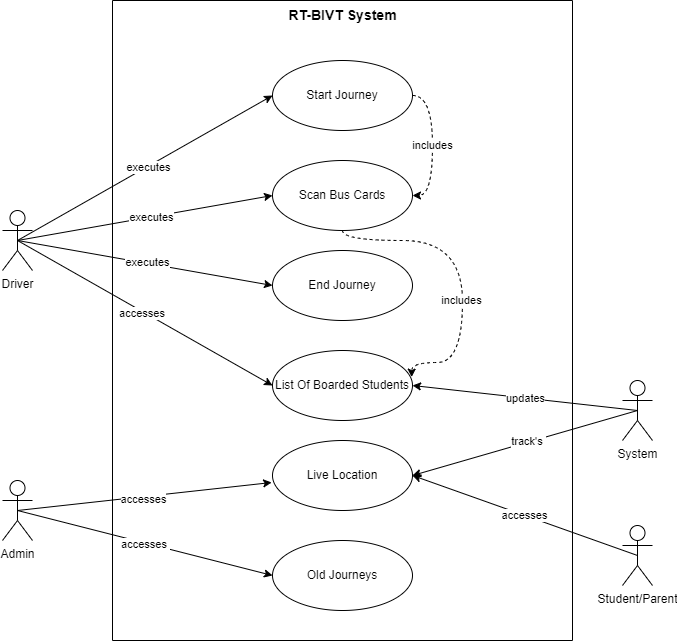
Abubakar-doc/FYP-24-SE-A-204 keeps this draw.io diagram as Project Real-Time Bus ID Verification and Tracking/DOCUMENTATION/UseCaseDiagrams/JourneyManagement.drawio.png. Above is the earlier version. Source tidied: cells renumbered, new cells last; positions are measured from the earlier drawing's top-left corner, leaving out a move shared by most shapes. Its diagram source:
```xml
<mxGraphModel>
  <root>
    <mxCell id="0" />
    <mxCell id="1" parent="0" />
    <mxCell id="2" style="swimlane;startSize=0;" parent="1" vertex="1">
      <mxGeometry x="110" width="460" height="640" as="geometry" />
    </mxCell>
    <mxCell id="3" value="includes" style="edgeStyle=orthogonalEdgeStyle;rounded=0;jettySize=auto;html=1;exitX=1;exitY=0.5;exitDx=0;exitDy=0;entryX=1;entryY=0.5;entryDx=0;entryDy=0;dashed=1;curved=1;" parent="2" edge="1" source="4" target="9">
      <mxGeometry relative="1" as="geometry" />
    </mxCell>
    <mxCell id="4" value="Start Journey" style="ellipse;whiteSpace=wrap;html=1;fillColor=none;" parent="2" vertex="1">
      <mxGeometry x="160" y="60" width="140" height="70" as="geometry" />
    </mxCell>
    <mxCell id="5" value="End Journey" style="ellipse;whiteSpace=wrap;html=1;fillColor=none;" parent="2" vertex="1">
      <mxGeometry x="160" y="250" width="140" height="70" as="geometry" />
    </mxCell>
    <mxCell id="6" value="RT-BIVT System" style="text;html=1;align=center;verticalAlign=middle;strokeColor=none;fillColor=none;fontStyle=1;fontSize=14;" parent="2" vertex="1">
      <mxGeometry x="165" width="130" height="30" as="geometry" />
    </mxCell>
    <mxCell id="7" value="List Of Boarded Students" style="ellipse;whiteSpace=wrap;html=1;fillColor=none;" parent="2" vertex="1">
      <mxGeometry x="160" y="350" width="140" height="70" as="geometry" />
    </mxCell>
    <mxCell id="8" value="Old Journeys" style="ellipse;whiteSpace=wrap;html=1;fillColor=none;" parent="2" vertex="1">
      <mxGeometry x="160" y="540" width="140" height="70" as="geometry" />
    </mxCell>
    <mxCell id="9" value="Scan Bus Cards" style="ellipse;whiteSpace=wrap;html=1;fillColor=none;" parent="2" vertex="1">
      <mxGeometry x="160" y="160" width="140" height="70" as="geometry" />
    </mxCell>
    <mxCell id="10" value="Live Location" style="ellipse;whiteSpace=wrap;html=1;fillColor=none;" parent="2" vertex="1">
      <mxGeometry x="160" y="440" width="140" height="70" as="geometry" />
    </mxCell>
    <mxCell id="11" style="edgeStyle=orthogonalEdgeStyle;rounded=0;jettySize=auto;html=1;exitX=0.5;exitY=1;exitDx=0;exitDy=0;entryX=0.994;entryY=0.38;entryDx=0;entryDy=0;entryPerimeter=0;curved=1;dashed=1;" parent="2" edge="1" source="9" target="7">
      <mxGeometry relative="1" as="geometry">
        <Array as="points">
          <mxPoint x="230" y="240" />
          <mxPoint x="350" y="240" />
          <mxPoint x="350" y="362" />
          <mxPoint x="299" y="362" />
        </Array>
      </mxGeometry>
    </mxCell>
    <mxCell id="12" value="includes" style="edgeLabel;html=1;align=center;verticalAlign=middle;" parent="11" vertex="1">
      <mxGeometry x="0.19" y="-2" relative="1" as="geometry" />
    </mxCell>
    <mxCell id="13" style="rounded=0;jettySize=auto;html=1;exitX=0.5;exitY=0.5;exitDx=0;exitDy=0;exitPerimeter=0;entryX=0;entryY=0.5;entryDx=0;entryDy=0;" parent="1" edge="1" source="21" target="4">
      <mxGeometry relative="1" as="geometry" />
    </mxCell>
    <mxCell id="14" value="executes" style="edgeLabel;html=1;align=center;verticalAlign=middle;" parent="13" vertex="1">
      <mxGeometry x="0.02" y="-1" relative="1" as="geometry" />
    </mxCell>
    <mxCell id="15" style="rounded=0;jettySize=auto;html=1;exitX=0.5;exitY=0.5;exitDx=0;exitDy=0;exitPerimeter=0;entryX=0;entryY=0.5;entryDx=0;entryDy=0;" parent="1" edge="1" source="21" target="5">
      <mxGeometry relative="1" as="geometry" />
    </mxCell>
    <mxCell id="16" value="executes" style="edgeLabel;html=1;align=center;verticalAlign=middle;" parent="15" vertex="1">
      <mxGeometry x="-0.03" y="3" relative="1" as="geometry">
        <mxPoint x="5" y="3" as="offset" />
      </mxGeometry>
    </mxCell>
    <mxCell id="17" style="rounded=0;jettySize=auto;html=1;exitX=0.5;exitY=0.5;exitDx=0;exitDy=0;exitPerimeter=0;entryX=0;entryY=0.5;entryDx=0;entryDy=0;" parent="1" edge="1" source="21" target="7">
      <mxGeometry relative="1" as="geometry" />
    </mxCell>
    <mxCell id="18" value="accesses&amp;nbsp;" style="edgeLabel;html=1;align=center;verticalAlign=middle;" parent="17" vertex="1">
      <mxGeometry x="-0.01" y="-1" relative="1" as="geometry" />
    </mxCell>
    <mxCell id="19" style="rounded=0;jettySize=auto;html=1;exitX=0.5;exitY=0.5;exitDx=0;exitDy=0;exitPerimeter=0;entryX=0;entryY=0.5;entryDx=0;entryDy=0;" parent="1" edge="1" source="21" target="9">
      <mxGeometry relative="1" as="geometry" />
    </mxCell>
    <mxCell id="20" value="executes" style="edgeLabel;html=1;align=center;verticalAlign=middle;" parent="19" vertex="1">
      <mxGeometry x="0.05" relative="1" as="geometry" />
    </mxCell>
    <mxCell id="21" value="Driver" style="shape=umlActor;verticalLabelPosition=bottom;verticalAlign=top;html=1;" parent="1" vertex="1">
      <mxGeometry y="210" width="30" height="60" as="geometry" />
    </mxCell>
    <mxCell id="22" value="Admin" style="shape=umlActor;verticalLabelPosition=bottom;verticalAlign=top;html=1;" parent="1" vertex="1">
      <mxGeometry y="480" width="30" height="60" as="geometry" />
    </mxCell>
    <mxCell id="23" style="rounded=0;jettySize=auto;html=1;exitX=0.5;exitY=0.5;exitDx=0;exitDy=0;exitPerimeter=0;entryX=-0.006;entryY=0.6;entryDx=0;entryDy=0;entryPerimeter=0;" parent="1" edge="1" source="22" target="10">
      <mxGeometry relative="1" as="geometry" />
    </mxCell>
    <mxCell id="24" value="accesses" style="edgeLabel;html=1;align=center;verticalAlign=middle;" parent="23" vertex="1">
      <mxGeometry x="-0.02" y="-2" relative="1" as="geometry" />
    </mxCell>
    <mxCell id="25" style="rounded=0;jettySize=auto;html=1;exitX=0.5;exitY=0.5;exitDx=0;exitDy=0;exitPerimeter=0;entryX=0;entryY=0.5;entryDx=0;entryDy=0;" parent="1" edge="1" source="22" target="8">
      <mxGeometry relative="1" as="geometry" />
    </mxCell>
    <mxCell id="26" value="accesses&amp;nbsp;" style="edgeLabel;html=1;align=center;verticalAlign=middle;" parent="25" vertex="1">
      <mxGeometry y="-1" relative="1" as="geometry" />
    </mxCell>
    <mxCell id="27" value="System" style="shape=umlActor;verticalLabelPosition=bottom;verticalAlign=top;html=1;" parent="1" vertex="1">
      <mxGeometry x="620" y="380" width="30" height="60" as="geometry" />
    </mxCell>
    <mxCell id="28" style="rounded=0;jettySize=auto;html=1;exitX=0.5;exitY=0.5;exitDx=0;exitDy=0;exitPerimeter=0;entryX=1;entryY=0.5;entryDx=0;entryDy=0;" parent="1" edge="1" source="27" target="10">
      <mxGeometry relative="1" as="geometry" />
    </mxCell>
    <mxCell id="29" value="track's&amp;nbsp;" style="edgeLabel;html=1;align=center;verticalAlign=middle;" parent="28" vertex="1">
      <mxGeometry x="-0.03" y="-1" relative="1" as="geometry" />
    </mxCell>
    <mxCell id="30" value="updates" style="rounded=0;jettySize=auto;html=1;exitX=0.5;exitY=0.5;exitDx=0;exitDy=0;exitPerimeter=0;entryX=1;entryY=0.5;entryDx=0;entryDy=0;" parent="1" edge="1" source="27" target="7">
      <mxGeometry relative="1" as="geometry" />
    </mxCell>
    <mxCell id="31" style="rounded=0;jettySize=auto;html=1;exitX=0.5;exitY=0.5;exitDx=0;exitDy=0;exitPerimeter=0;entryX=1;entryY=0.5;entryDx=0;entryDy=0;" parent="1" edge="1" source="33" target="10">
      <mxGeometry relative="1" as="geometry" />
    </mxCell>
    <mxCell id="32" value="accesses" style="edgeLabel;html=1;align=center;verticalAlign=middle;" parent="31" vertex="1">
      <mxGeometry x="0.01" relative="1" as="geometry" />
    </mxCell>
    <mxCell id="33" value="Student/Parent" style="shape=umlActor;verticalLabelPosition=bottom;verticalAlign=top;html=1;outlineConnect=0;" parent="1" vertex="1">
      <mxGeometry x="620" y="525" width="30" height="60" as="geometry" />
    </mxCell>
  </root>
</mxGraphModel>
```
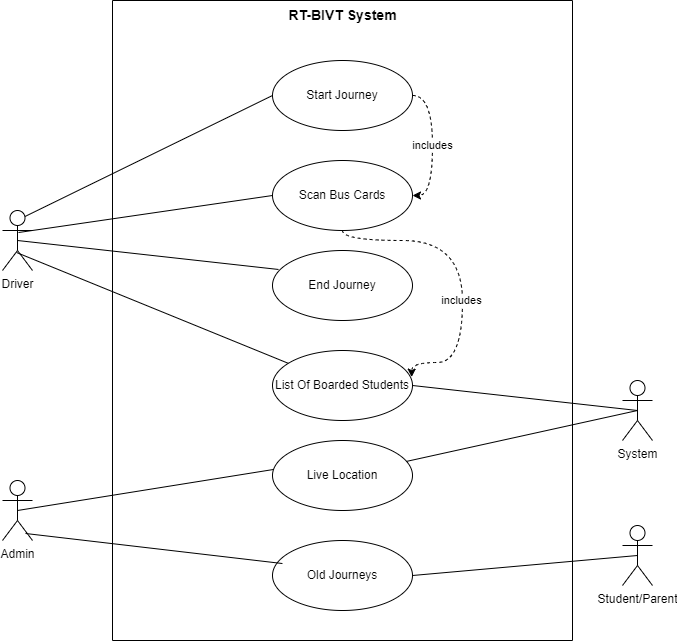
After the commit.

Diff of the diagram source:
```diff
@@ -42,70 +42,44 @@
     <mxCell id="12" value="includes" style="edgeLabel;html=1;align=center;verticalAlign=middle;" parent="11" vertex="1">
       <mxGeometry x="0.19" y="-2" relative="1" as="geometry" />
     </mxCell>
-    <mxCell id="13" style="rounded=0;jettySize=auto;html=1;exitX=0.5;exitY=0.5;exitDx=0;exitDy=0;exitPerimeter=0;entryX=0;entryY=0.5;entryDx=0;entryDy=0;" parent="1" edge="1" source="21" target="4">
-      <mxGeometry relative="1" as="geometry" />
-    </mxCell>
-    <mxCell id="14" value="executes" style="edgeLabel;html=1;align=center;verticalAlign=middle;" parent="13" vertex="1">
-      <mxGeometry x="0.02" y="-1" relative="1" as="geometry" />
-    </mxCell>
-    <mxCell id="15" style="rounded=0;jettySize=auto;html=1;exitX=0.5;exitY=0.5;exitDx=0;exitDy=0;exitPerimeter=0;entryX=0;entryY=0.5;entryDx=0;entryDy=0;" parent="1" edge="1" source="21" target="5">
-      <mxGeometry relative="1" as="geometry" />
-    </mxCell>
-    <mxCell id="16" value="executes" style="edgeLabel;html=1;align=center;verticalAlign=middle;" parent="15" vertex="1">
-      <mxGeometry x="-0.03" y="3" relative="1" as="geometry">
-        <mxPoint x="5" y="3" as="offset" />
-      </mxGeometry>
-    </mxCell>
-    <mxCell id="17" style="rounded=0;jettySize=auto;html=1;exitX=0.5;exitY=0.5;exitDx=0;exitDy=0;exitPerimeter=0;entryX=0;entryY=0.5;entryDx=0;entryDy=0;" parent="1" edge="1" source="21" target="7">
-      <mxGeometry relative="1" as="geometry" />
-    </mxCell>
-    <mxCell id="18" value="accesses&amp;nbsp;" style="edgeLabel;html=1;align=center;verticalAlign=middle;" parent="17" vertex="1">
-      <mxGeometry x="-0.01" y="-1" relative="1" as="geometry" />
-    </mxCell>
-    <mxCell id="19" style="rounded=0;jettySize=auto;html=1;exitX=0.5;exitY=0.5;exitDx=0;exitDy=0;exitPerimeter=0;entryX=0;entryY=0.5;entryDx=0;entryDy=0;" parent="1" edge="1" source="21" target="9">
-      <mxGeometry relative="1" as="geometry" />
-    </mxCell>
-    <mxCell id="20" value="executes" style="edgeLabel;html=1;align=center;verticalAlign=middle;" parent="19" vertex="1">
-      <mxGeometry x="0.05" relative="1" as="geometry" />
-    </mxCell>
     <mxCell id="21" value="Driver" style="shape=umlActor;verticalLabelPosition=bottom;verticalAlign=top;html=1;" parent="1" vertex="1">
       <mxGeometry y="210" width="30" height="60" as="geometry" />
     </mxCell>
     <mxCell id="22" value="Admin" style="shape=umlActor;verticalLabelPosition=bottom;verticalAlign=top;html=1;" parent="1" vertex="1">
       <mxGeometry y="480" width="30" height="60" as="geometry" />
     </mxCell>
+    <mxCell id="27" value="System" style="shape=umlActor;verticalLabelPosition=bottom;verticalAlign=top;html=1;" parent="1" vertex="1">
+      <mxGeometry x="620" y="380" width="30" height="60" as="geometry" />
+    </mxCell>
+    <mxCell id="33" value="Student/Parent" style="shape=umlActor;verticalLabelPosition=bottom;verticalAlign=top;html=1;outlineConnect=0;" parent="1" vertex="1">
+      <mxGeometry x="620" y="525" width="30" height="60" as="geometry" />
+    </mxCell>
+    <mxCell id="13" style="endArrow=none;html=1;rounded=0;exitX=0.75;exitY=0.1;exitDx=0;exitDy=0;exitPerimeter=0;entryX=0;entryY=0.5;entryDx=0;entryDy=0;" parent="1" edge="1" source="21" target="4">
+      <mxGeometry relative="1" as="geometry" />
+    </mxCell>
+    <mxCell id="19" style="endArrow=none;html=1;rounded=0;exitX=0.533;exitY=0.367;exitDx=0;exitDy=0;exitPerimeter=0;entryX=0;entryY=0.5;entryDx=0;entryDy=0;" parent="1" edge="1" source="21" target="9">
+      <mxGeometry relative="1" as="geometry" />
+    </mxCell>
+    <mxCell id="15" style="endArrow=none;html=1;rounded=0;exitX=0.5;exitY=0.5;exitDx=0;exitDy=0;exitPerimeter=0;entryX=0.043;entryY=0.271;entryDx=0;entryDy=0;entryPerimeter=0;" parent="1" edge="1" source="21" target="5">
+      <mxGeometry relative="1" as="geometry" />
+    </mxCell>
+    <mxCell id="17" style="endArrow=none;html=1;rounded=0;exitX=0.467;exitY=0.7;exitDx=0;exitDy=0;exitPerimeter=0;" parent="1" edge="1" source="21" target="7">
+      <mxGeometry relative="1" as="geometry" />
+    </mxCell>
+    <mxCell id="34" style="endArrow=none;html=1;rounded=0;entryX=0.5;entryY=0.5;entryDx=0;entryDy=0;entryPerimeter=0;exitX=1;exitY=0.5;exitDx=0;exitDy=0;" parent="1" edge="1" source="7" target="27">
+      <mxGeometry relative="1" as="geometry" />
+    </mxCell>
+    <mxCell id="35" style="endArrow=none;html=1;rounded=0;entryX=0.5;entryY=0.5;entryDx=0;entryDy=0;entryPerimeter=0;" parent="1" edge="1" source="10" target="27">
+      <mxGeometry relative="1" as="geometry" />
+    </mxCell>
+    <mxCell id="36" style="endArrow=none;html=1;rounded=0;entryX=0.5;entryY=0.5;entryDx=0;entryDy=0;entryPerimeter=0;exitX=1;exitY=0.5;exitDx=0;exitDy=0;" parent="1" edge="1" source="8" target="33">
+      <mxGeometry relative="1" as="geometry" />
+    </mxCell>
-    <mxCell id="23" style="rounded=0;jettySize=auto;html=1;exitX=0.5;exitY=0.5;exitDx=0;exitDy=0;exitPerimeter=0;entryX=-0.006;entryY=0.6;entryDx=0;entryDy=0;entryPerimeter=0;" parent="1" edge="1" source="22" target="10">
+    <mxCell id="23" style="endArrow=none;html=1;rounded=0;exitX=0.5;exitY=0.5;exitDx=0;exitDy=0;exitPerimeter=0;entryX=0.007;entryY=0.414;entryDx=0;entryDy=0;entryPerimeter=0;" parent="1" edge="1" source="22" target="10">
       <mxGeometry relative="1" as="geometry" />
     </mxCell>
-    <mxCell id="24" value="accesses" style="edgeLabel;html=1;align=center;verticalAlign=middle;" parent="23" vertex="1">
-      <mxGeometry x="-0.02" y="-2" relative="1" as="geometry" />
-    </mxCell>
-    <mxCell id="25" style="rounded=0;jettySize=auto;html=1;exitX=0.5;exitY=0.5;exitDx=0;exitDy=0;exitPerimeter=0;entryX=0;entryY=0.5;entryDx=0;entryDy=0;" parent="1" edge="1" source="22" target="8">
+    <mxCell id="25" style="endArrow=none;html=1;rounded=0;exitX=0.767;exitY=0.883;exitDx=0;exitDy=0;exitPerimeter=0;entryX=0.071;entryY=0.329;entryDx=0;entryDy=0;entryPerimeter=0;" parent="1" edge="1" source="22" target="8">
       <mxGeometry relative="1" as="geometry" />
     </mxCell>
-    <mxCell id="26" value="accesses&amp;nbsp;" style="edgeLabel;html=1;align=center;verticalAlign=middle;" parent="25" vertex="1">
-      <mxGeometry y="-1" relative="1" as="geometry" />
-    </mxCell>
-    <mxCell id="27" value="System" style="shape=umlActor;verticalLabelPosition=bottom;verticalAlign=top;html=1;" parent="1" vertex="1">
-      <mxGeometry x="620" y="380" width="30" height="60" as="geometry" />
-    </mxCell>
-    <mxCell id="28" style="rounded=0;jettySize=auto;html=1;exitX=0.5;exitY=0.5;exitDx=0;exitDy=0;exitPerimeter=0;entryX=1;entryY=0.5;entryDx=0;entryDy=0;" parent="1" edge="1" source="27" target="10">
-      <mxGeometry relative="1" as="geometry" />
-    </mxCell>
-    <mxCell id="29" value="track's&amp;nbsp;" style="edgeLabel;html=1;align=center;verticalAlign=middle;" parent="28" vertex="1">
-      <mxGeometry x="-0.03" y="-1" relative="1" as="geometry" />
-    </mxCell>
-    <mxCell id="30" value="updates" style="rounded=0;jettySize=auto;html=1;exitX=0.5;exitY=0.5;exitDx=0;exitDy=0;exitPerimeter=0;entryX=1;entryY=0.5;entryDx=0;entryDy=0;" parent="1" edge="1" source="27" target="7">
-      <mxGeometry relative="1" as="geometry" />
-    </mxCell>
-    <mxCell id="31" style="rounded=0;jettySize=auto;html=1;exitX=0.5;exitY=0.5;exitDx=0;exitDy=0;exitPerimeter=0;entryX=1;entryY=0.5;entryDx=0;entryDy=0;" parent="1" edge="1" source="33" target="10">
-      <mxGeometry relative="1" as="geometry" />
-    </mxCell>
-    <mxCell id="32" value="accesses" style="edgeLabel;html=1;align=center;verticalAlign=middle;" parent="31" vertex="1">
-      <mxGeometry x="0.01" relative="1" as="geometry" />
-    </mxCell>
-    <mxCell id="33" value="Student/Parent" style="shape=umlActor;verticalLabelPosition=bottom;verticalAlign=top;html=1;outlineConnect=0;" parent="1" vertex="1">
-      <mxGeometry x="620" y="525" width="30" height="60" as="geometry" />
-    </mxCell>
   </root>
 </mxGraphModel>
```
